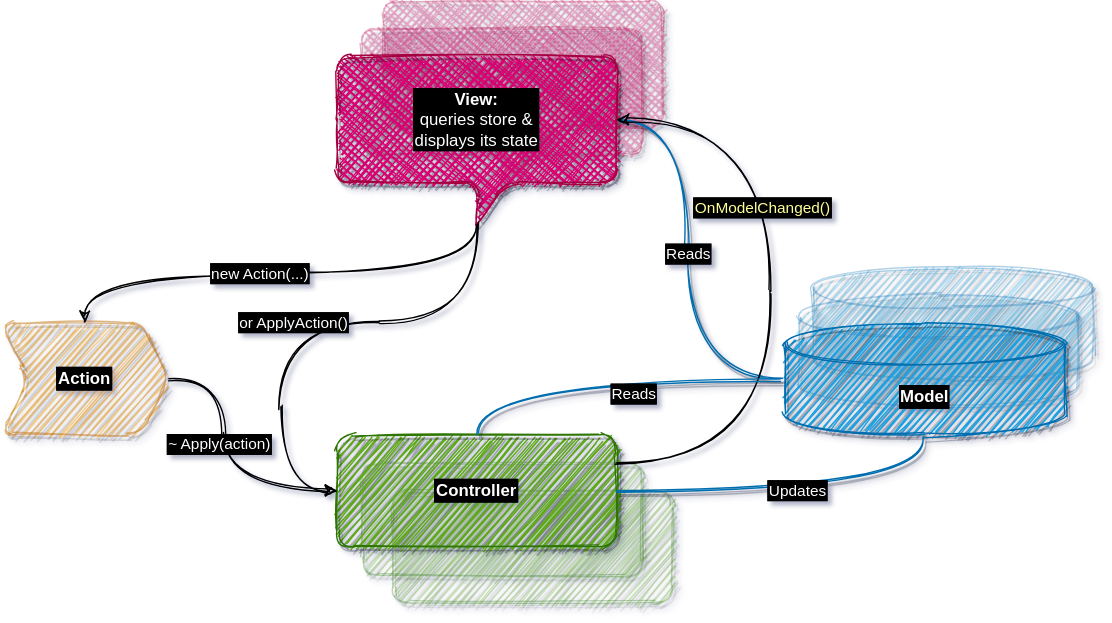
Before: Slides/Fusion_v2/diagrams/vs/mvc.dio.svg, a diagram exported from draw.io (alexyakunin/Stl.Fusion.Materials). Source tidied: cells renumbered, new cells last; positions are measured from the earlier drawing's top-left corner, leaving out a move shared by most shapes.
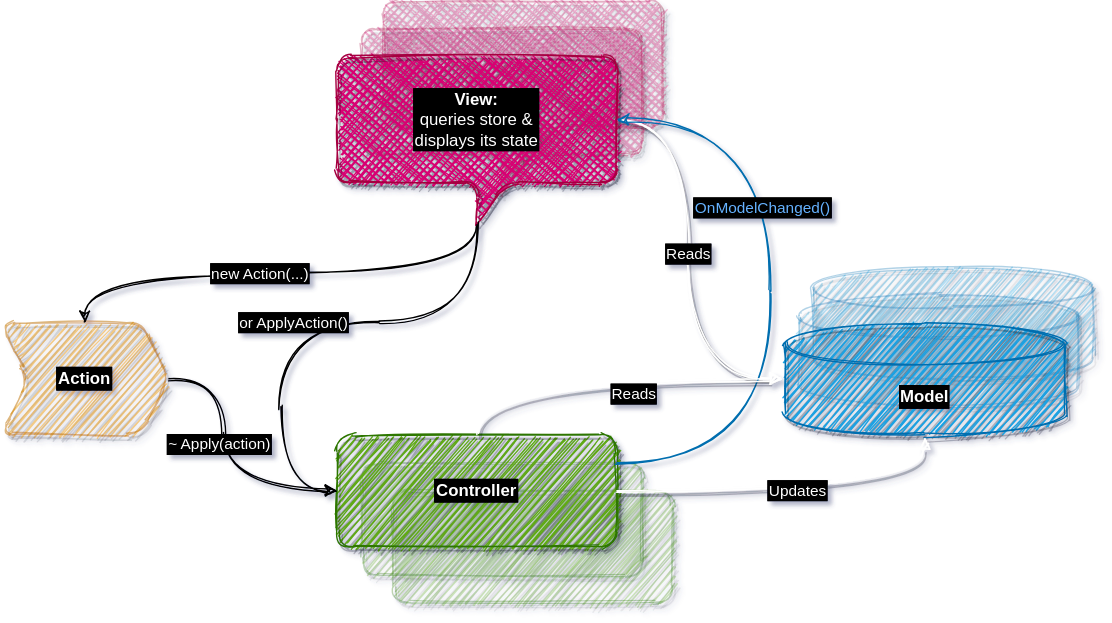
The same diagram one commit later.

Diff of the diagram source:
```diff
@@ -50,7 +50,7 @@
         <mxPoint x="1" as="offset" />
       </mxGeometry>
     </mxCell>
-    <mxCell id="15" style="edgeStyle=orthogonalEdgeStyle;jettySize=auto;html=1;exitX=0;exitY=0;exitDx=200;exitDy=45;exitPerimeter=0;entryX=0;entryY=0.5;entryDx=0;entryDy=0;entryPerimeter=0;curved=1;sketch=1;shadow=1;labelBackgroundColor=#000000;labelBorderColor=#000000;endArrow=none;endFill=0;fillColor=#1ba1e2;strokeColor=#006EAF;fontColor=#99CCFF;" parent="1" edge="1" source="17" target="8">
+    <mxCell id="15" style="edgeStyle=orthogonalEdgeStyle;jettySize=auto;html=1;exitX=0;exitY=0;exitDx=200;exitDy=45;exitPerimeter=0;entryX=0;entryY=0.5;entryDx=0;entryDy=0;entryPerimeter=0;curved=1;sketch=1;shadow=1;labelBackgroundColor=#000000;labelBorderColor=#000000;endArrow=block;endFill=1;fillColor=#1ba1e2;fontColor=#99CCFF;strokeColor=#FFFFFF;" parent="1" edge="1" source="17" target="8">
       <mxGeometry relative="1" as="geometry">
         <Array as="points">
           <mxPoint x="490" y="85" />
@@ -66,7 +66,7 @@
     <mxCell id="17" value="&lt;b&gt;View:&lt;br&gt;&lt;/b&gt;queries store &amp;amp;&lt;br&gt;displays its state" style="shape=callout;whiteSpace=wrap;html=1;perimeter=calloutPerimeter;rounded=1;shadow=1;labelBackgroundColor=#000000;sketch=1;strokeWidth=1;fillColor=#d80073;strokeColor=#A50040;fillStyle=cross-hatch;fontColor=#FFFFFF;labelBorderColor=#000000;" parent="1" vertex="1">
       <mxGeometry x="240" y="40" width="200" height="120" as="geometry" />
     </mxCell>
-    <mxCell id="18" style="edgeStyle=orthogonalEdgeStyle;curved=1;rounded=0;sketch=1;jettySize=auto;html=1;entryX=0;entryY=0;entryDx=200;entryDy=45;entryPerimeter=0;labelBackgroundColor=#000000;fontColor=#FFFFFF;labelBorderColor=#000000;exitX=1;exitY=0.25;exitDx=0;exitDy=0;" parent="1" edge="1" source="6">
+    <mxCell id="18" style="edgeStyle=orthogonalEdgeStyle;curved=1;rounded=0;sketch=1;jettySize=auto;html=1;entryX=0;entryY=0;entryDx=200;entryDy=45;entryPerimeter=0;labelBackgroundColor=#000000;fontColor=#FFFFFF;labelBorderColor=#000000;exitX=1;exitY=0.25;exitDx=0;exitDy=0;fillColor=#1ba1e2;strokeColor=#006EAF;" parent="1" edge="1" source="6">
       <mxGeometry relative="1" as="geometry">
         <mxPoint x="440" y="85" as="targetPoint" />
         <Array as="points">
@@ -75,12 +75,12 @@
         </Array>
       </mxGeometry>
     </mxCell>
-    <mxCell id="19" value="OnModelChanged()" style="edgeLabel;html=1;align=center;verticalAlign=middle;labelBackgroundColor=#000000;labelBorderColor=#000000;fontColor=#FFFF99;" parent="18" vertex="1">
+    <mxCell id="19" value="OnModelChanged()" style="edgeLabel;html=1;align=center;verticalAlign=middle;labelBackgroundColor=#000000;labelBorderColor=#000000;fontColor=#66B2FF;" parent="18" vertex="1">
       <mxGeometry x="0.29" y="18" relative="1" as="geometry">
         <mxPoint x="11" y="7" as="offset" />
       </mxGeometry>
     </mxCell>
-    <mxCell id="20" style="edgeStyle=orthogonalEdgeStyle;jettySize=auto;html=1;curved=1;sketch=1;shadow=1;labelBackgroundColor=#000000;fontColor=#FFFFFF;labelBorderColor=#000000;entryX=0;entryY=0.5;entryDx=0;entryDy=0;entryPerimeter=0;exitX=0.5;exitY=0;exitDx=0;exitDy=0;endArrow=none;endFill=0;fillColor=#1ba1e2;strokeColor=#006EAF;" parent="1" edge="1" source="6" target="8">
+    <mxCell id="20" style="edgeStyle=orthogonalEdgeStyle;jettySize=auto;html=1;curved=1;sketch=1;shadow=1;labelBackgroundColor=#000000;fontColor=#FFFFFF;labelBorderColor=#000000;entryX=0;entryY=0.5;entryDx=0;entryDy=0;entryPerimeter=0;exitX=0.5;exitY=0;exitDx=0;exitDy=0;endArrow=block;endFill=1;fillColor=#1ba1e2;strokeColor=#FFFFFF;" parent="1" edge="1" source="6" target="8">
       <mxGeometry relative="1" as="geometry">
         <Array as="points">
           <mxPoint x="340" y="270" />
@@ -92,7 +92,7 @@
         <mxPoint x="49" y="-8" as="offset" />
       </mxGeometry>
     </mxCell>
-    <mxCell id="22" value="Updates" style="edgeStyle=orthogonalEdgeStyle;jettySize=auto;html=1;exitX=1;exitY=0.5;exitDx=0;exitDy=0;curved=1;sketch=1;shadow=1;labelBackgroundColor=#000000;fontColor=#FFFFFF;labelBorderColor=#000000;entryX=0.5;entryY=1;entryDx=0;entryDy=0;entryPerimeter=0;endArrow=none;endFill=0;fillColor=#1ba1e2;strokeColor=#006EAF;" parent="1" edge="1" source="6" target="8">
+    <mxCell id="22" value="Updates" style="edgeStyle=orthogonalEdgeStyle;jettySize=auto;html=1;exitX=1;exitY=0.5;exitDx=0;exitDy=0;curved=1;sketch=1;shadow=1;labelBackgroundColor=#000000;fontColor=#FFFFFF;labelBorderColor=#000000;entryX=0.5;entryY=1;entryDx=0;entryDy=0;entryPerimeter=0;endArrow=block;endFill=1;fillColor=#1ba1e2;strokeColor=#FFFFFF;" parent="1" edge="1" source="6" target="8">
       <mxGeometry relative="1" as="geometry">
         <Array as="points">
           <mxPoint x="660" y="350" />
```
